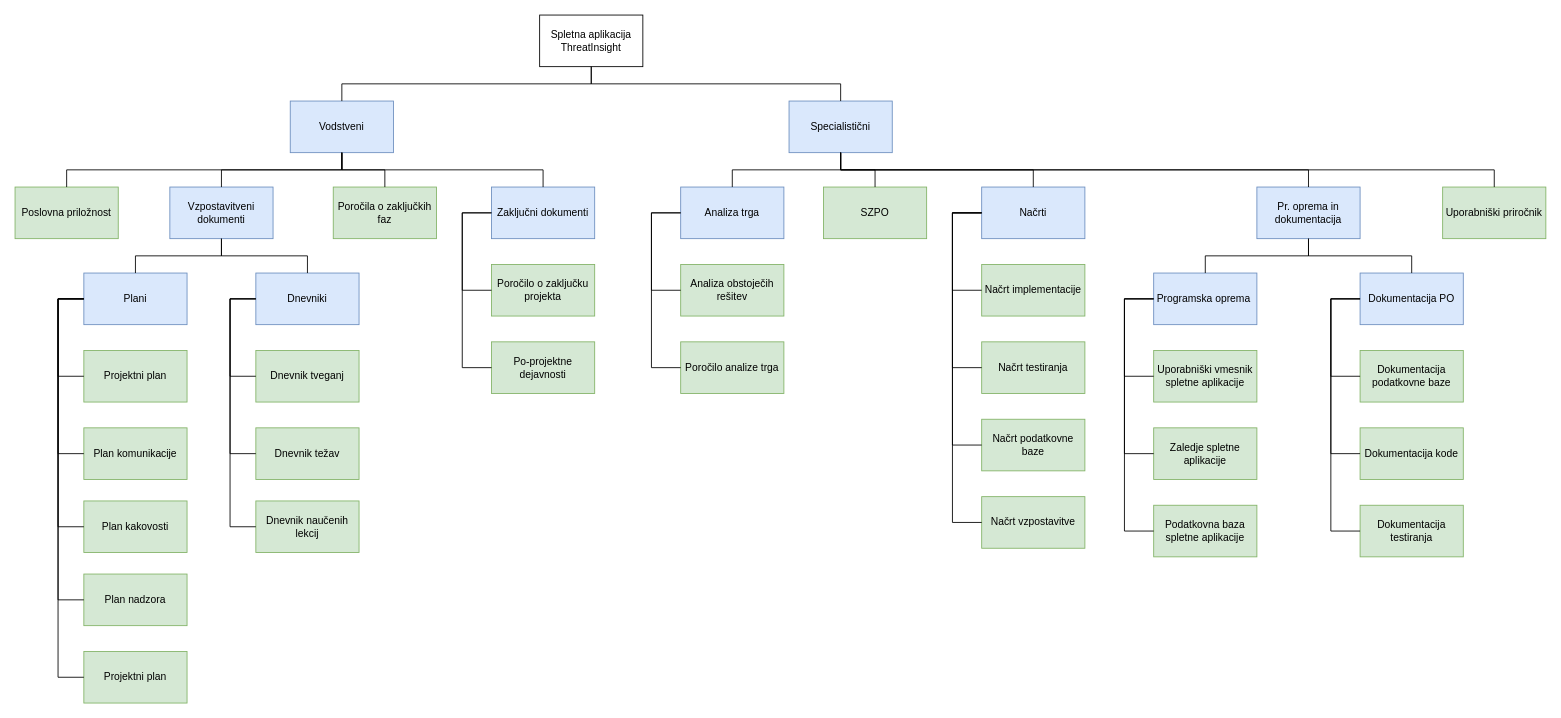
Before: Dokumentacija/Predloge in vmesni dokumenti/SDI/SDI.drawio in neratmatevz/ThreatInsight, a draw.io diagram. Source tidied: cells renumbered, new cells numbered last; positions are measured from the earlier drawing's top-left corner, leaving out a move shared by most shapes. Both pictures are drawn from the tidied source at 86%, with x=0, y=0 at pixel (15, 15).
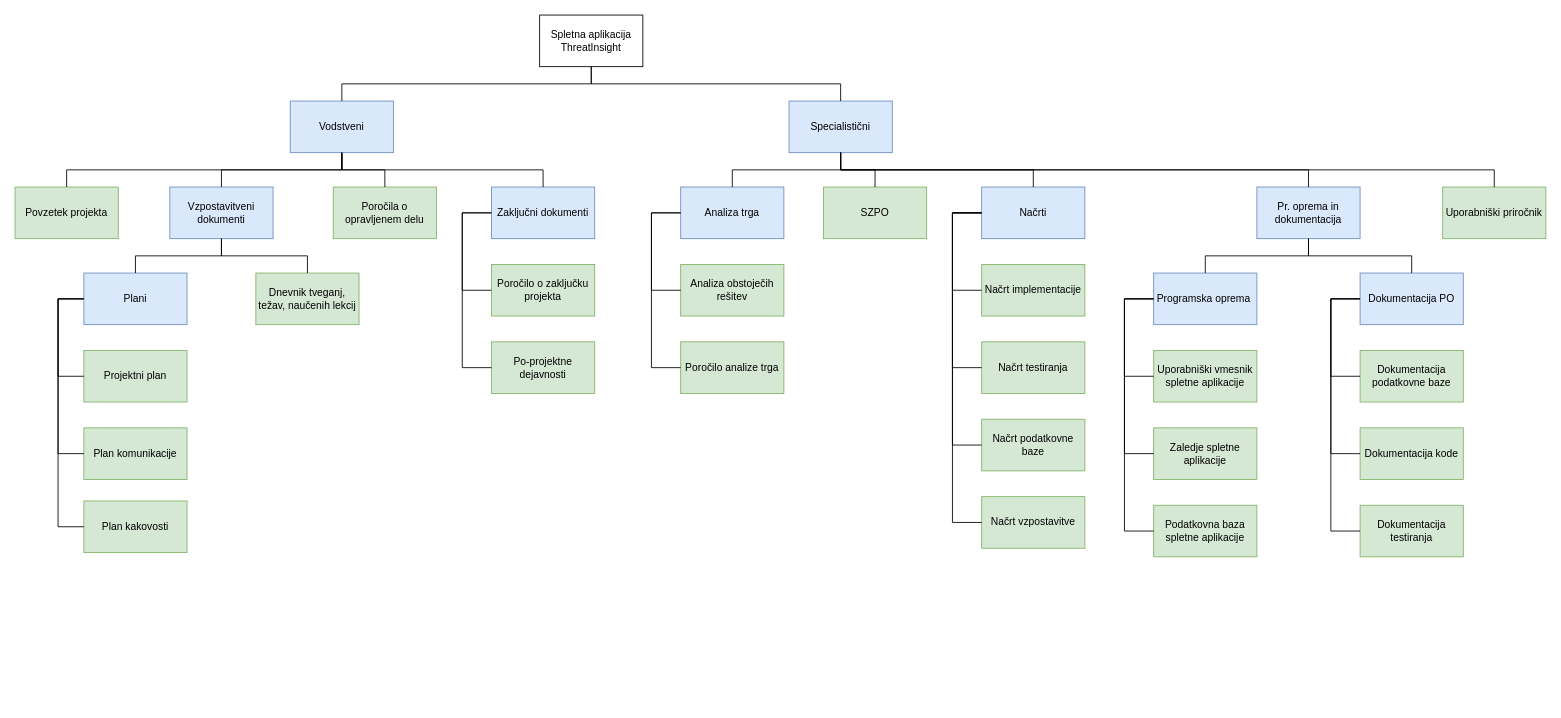
The same diagram, later.

Commit message:
SDI popravljen

Unchanged cells that the change refers to:
```xml
<mxCell id="11" value="Plani" style="rounded=0;whiteSpace=wrap;html=1;fillColor=#dae8fc;strokeColor=#6c8ebf;" parent="1" vertex="1">
  <mxGeometry x="80" y="300" width="120" height="60" as="geometry" />
</mxCell>
```

Diff of the diagram source:
```diff
@@
-    <mxCell id="7" value="Poslovna priložnost" style="rounded=0;whiteSpace=wrap;html=1;fillColor=#d5e8d4;strokeColor=#82b366;" parent="1" vertex="1">
+    <mxCell id="7" value="Povzetek projekta" style="rounded=0;whiteSpace=wrap;html=1;fillColor=#d5e8d4;strokeColor=#82b366;" parent="1" vertex="1">
       <mxGeometry y="200" width="120" height="60" as="geometry" />
     </mxCell>
@@
-    <mxCell id="13" value="Dnevniki" style="rounded=0;whiteSpace=wrap;html=1;fillColor=#dae8fc;strokeColor=#6c8ebf;" parent="1" vertex="1">
+    <mxCell id="13" value="Dnevnik tveganj, težav, naučenih lekcij" style="rounded=0;whiteSpace=wrap;html=1;fillColor=#d5e8d4;strokeColor=#82b366;" parent="1" vertex="1">
       <mxGeometry x="280" y="300" width="120" height="60" as="geometry" />
     </mxCell>
@@
-    <mxCell id="21" value="Plan nadzora" style="rounded=0;whiteSpace=wrap;html=1;fillColor=#d5e8d4;strokeColor=#82b366;" parent="1" vertex="1">
-      <mxGeometry x="80" y="650" width="120" height="60" as="geometry" />
-    </mxCell>
-    <mxCell id="22" style="endArrow=none;html=1;rounded=0;entryX=0;entryY=0.5;entryDx=0;entryDy=0;exitX=0;exitY=0.5;exitDx=0;exitDy=0;" parent="1" edge="1" source="21" target="11">
-      <mxGeometry relative="1" as="geometry">
-        <Array as="points">
-          <mxPoint x="50" y="680" />
-          <mxPoint x="50" y="330" />
-        </Array>
-      </mxGeometry>
-    </mxCell>
-    <mxCell id="23" value="Projektni plan" style="rounded=0;whiteSpace=wrap;html=1;fillColor=#d5e8d4;strokeColor=#82b366;" parent="1" vertex="1">
-      <mxGeometry x="80" y="740" width="120" height="60" as="geometry" />
-    </mxCell>
-    <mxCell id="24" style="endArrow=none;html=1;rounded=0;entryX=0;entryY=0.5;entryDx=0;entryDy=0;exitX=0;exitY=0.5;exitDx=0;exitDy=0;" parent="1" edge="1" source="23" target="11">
-      <mxGeometry relative="1" as="geometry">
-        <Array as="points">
-          <mxPoint x="50" y="770" />
-          <mxPoint x="50" y="330" />
-        </Array>
-      </mxGeometry>
-    </mxCell>
-    <mxCell id="25" value="Dnevnik tveganj" style="rounded=0;whiteSpace=wrap;html=1;fillColor=#d5e8d4;strokeColor=#82b366;" parent="1" vertex="1">
-      <mxGeometry x="280" y="390" width="120" height="60" as="geometry" />
-    </mxCell>
-    <mxCell id="26" style="endArrow=none;html=1;rounded=0;entryX=0;entryY=0.5;entryDx=0;entryDy=0;exitX=0;exitY=0.5;exitDx=0;exitDy=0;" parent="1" edge="1" source="25">
-      <mxGeometry relative="1" as="geometry">
-        <mxPoint x="280" y="330" as="targetPoint" />
-        <Array as="points">
-          <mxPoint x="250" y="420" />
-          <mxPoint x="250" y="330" />
-        </Array>
-      </mxGeometry>
-    </mxCell>
-    <mxCell id="27" value="Dnevnik težav" style="rounded=0;whiteSpace=wrap;html=1;fillColor=#d5e8d4;strokeColor=#82b366;" parent="1" vertex="1">
-      <mxGeometry x="280" y="480" width="120" height="60" as="geometry" />
-    </mxCell>
-    <mxCell id="28" style="endArrow=none;html=1;rounded=0;entryX=0;entryY=0.5;entryDx=0;entryDy=0;exitX=0;exitY=0.5;exitDx=0;exitDy=0;" parent="1" edge="1" source="27" target="13">
-      <mxGeometry relative="1" as="geometry">
-        <Array as="points">
-          <mxPoint x="250" y="510" />
-          <mxPoint x="250" y="330" />
-        </Array>
-      </mxGeometry>
-    </mxCell>
-    <mxCell id="29" value="Dnevnik naučenih lekcij" style="rounded=0;whiteSpace=wrap;html=1;fillColor=#d5e8d4;strokeColor=#82b366;" parent="1" vertex="1">
-      <mxGeometry x="280" y="565" width="120" height="60" as="geometry" />
-    </mxCell>
-    <mxCell id="30" style="endArrow=none;html=1;rounded=0;entryX=0;entryY=0.5;entryDx=0;entryDy=0;exitX=0;exitY=0.5;exitDx=0;exitDy=0;" parent="1" edge="1" source="29" target="13">
-      <mxGeometry relative="1" as="geometry">
-        <Array as="points">
-          <mxPoint x="250" y="595" />
-          <mxPoint x="250" y="330" />
-        </Array>
-      </mxGeometry>
-    </mxCell>
-    <mxCell id="31" value="Poročila o zaključkih faz" style="rounded=0;whiteSpace=wrap;html=1;fillColor=#d5e8d4;strokeColor=#82b366;" parent="1" vertex="1">
+    <mxCell id="31" value="Poročila o opravljenem delu" style="rounded=0;whiteSpace=wrap;html=1;fillColor=#d5e8d4;strokeColor=#82b366;" parent="1" vertex="1">
       <mxGeometry x="370" y="200" width="120" height="60" as="geometry" />
     </mxCell>
```
